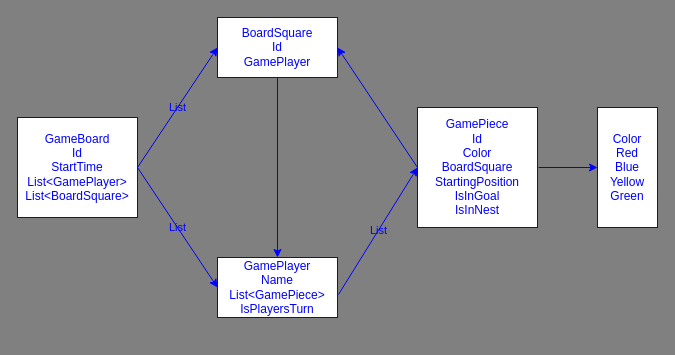
Earlier version of the draw.io diagram Docs/DatabaseStructure/DatabaseStructure.drawio (PGBSNH20/ludo-v2-g6). Source tidied: cells renumbered, new cells numbered last; positions are measured from the earlier drawing's top-left corner, leaving out a move shared by most shapes. Both pictures are drawn from the tidied source at 100%, with x=0, y=0 at pixel (17, 17).
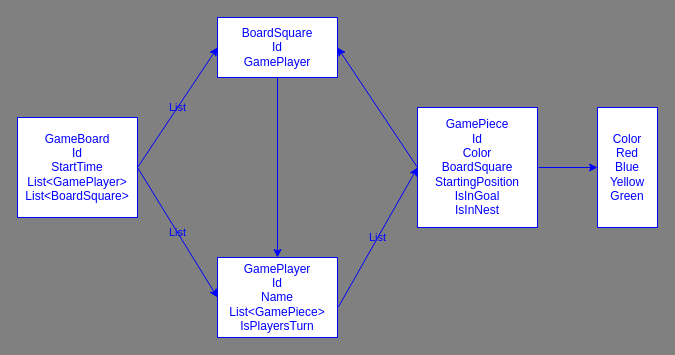
After the change.

Change to the diagram source:
```diff
@@
 <mxGraphModel background="#808080">
   <root>
     <mxCell id="0" />
     <mxCell id="1" parent="0" />
     <mxCell id="2" value="GameBoard&lt;br&gt;Id&lt;br&gt;StartTime&lt;br&gt;List&amp;lt;GamePlayer&amp;gt;&lt;br&gt;List&amp;lt;BoardSquare&amp;gt;" style="rounded=0;whiteSpace=wrap;html=1;direction=south;strokeColor=#0000FF;fontColor=#0000FF;labelBackgroundColor=none;fillColor=#FFFFFF;" parent="1" vertex="1">
       <mxGeometry y="100" width="120" height="100" as="geometry" />
     </mxCell>
     <mxCell id="3" value="BoardSquare&lt;br&gt;Id&lt;br&gt;GamePlayer" style="rounded=0;whiteSpace=wrap;html=1;strokeColor=#0000FF;fontColor=#0000FF;labelBackgroundColor=none;fillColor=#FFFFFF;" parent="1" vertex="1">
       <mxGeometry x="200" width="120" height="60" as="geometry" />
     </mxCell>
-    <mxCell id="4" value="GamePlayer&lt;br&gt;Name&lt;br&gt;List&amp;lt;GamePiece&amp;gt;&lt;br&gt;IsPlayersTurn" style="rounded=0;whiteSpace=wrap;html=1;strokeColor=#0000FF;fontColor=#0000FF;labelBackgroundColor=none;fillColor=#FFFFFF;" parent="1" vertex="1">
-      <mxGeometry x="200" y="240" width="120" height="60" as="geometry" />
+    <mxCell id="4" value="GamePlayer&lt;br&gt;Id&lt;br&gt;Name&lt;br&gt;List&amp;lt;GamePiece&amp;gt;&lt;br&gt;IsPlayersTurn" style="rounded=0;whiteSpace=wrap;html=1;strokeColor=#0000FF;fontColor=#0000FF;labelBackgroundColor=none;fillColor=#FFFFFF;" parent="1" vertex="1">
+      <mxGeometry x="200" y="240" width="120" height="80" as="geometry" />
     </mxCell>
     <mxCell id="5" value="GamePiece&lt;br&gt;Id&lt;br&gt;Color&lt;br&gt;BoardSquare&lt;br&gt;StartingPosition&lt;br&gt;IsInGoal&lt;br&gt;IsInNest" style="rounded=0;whiteSpace=wrap;html=1;strokeColor=#0000FF;fontColor=#0000FF;labelBackgroundColor=none;fillColor=#FFFFFF;" parent="1" vertex="1">
       <mxGeometry x="400" y="90" width="120" height="120" as="geometry" />
     </mxCell>
     <mxCell id="6" value="Color&lt;br&gt;Red&lt;br&gt;Blue&lt;br&gt;Yellow&lt;br&gt;Green" style="rounded=0;whiteSpace=wrap;html=1;direction=south;strokeColor=#0000FF;fontColor=#0000FF;labelBackgroundColor=none;fillColor=#FFFFFF;" parent="1" vertex="1">
       <mxGeometry x="580" y="90" width="60" height="120" as="geometry" />
     </mxCell>
     <mxCell id="7" value="List" style="endArrow=classic;html=1;entryX=0;entryY=0.5;entryDx=0;entryDy=0;exitX=0.5;exitY=0;exitDx=0;exitDy=0;strokeColor=#0000FF;fontColor=#0000FF;labelBackgroundColor=none;" parent="1" edge="1" source="2" target="3">
       <mxGeometry relative="1" as="geometry" />
     </mxCell>
     <mxCell id="8" value="List" style="endArrow=classic;html=1;entryX=0;entryY=0.5;entryDx=0;entryDy=0;exitX=0.5;exitY=0;exitDx=0;exitDy=0;strokeColor=#0000FF;fontColor=#0000FF;labelBackgroundColor=none;" parent="1" edge="1" source="2" target="4">
       <mxGeometry relative="1" as="geometry" />
     </mxCell>
     <mxCell id="9" value="List" style="endArrow=classic;html=1;exitX=1.008;exitY=0.617;exitDx=0;exitDy=0;exitPerimeter=0;entryX=0;entryY=0.5;entryDx=0;entryDy=0;strokeColor=#0000FF;fontColor=#0000FF;labelBackgroundColor=none;" parent="1" edge="1" source="4" target="5">
       <mxGeometry relative="1" as="geometry" />
     </mxCell>
     <mxCell id="10" style="endArrow=classic;html=1;entryX=1;entryY=0.5;entryDx=0;entryDy=0;strokeColor=#0000FF;exitX=0;exitY=0.5;exitDx=0;exitDy=0;" parent="1" edge="1" source="5" target="3">
       <mxGeometry relative="1" as="geometry" />
     </mxCell>
     <mxCell id="11" style="endArrow=classic;html=1;entryX=0.5;entryY=1;entryDx=0;entryDy=0;strokeColor=#0000FF;" parent="1" edge="1" target="6">
       <mxGeometry relative="1" as="geometry">
         <mxPoint x="521" y="150" as="sourcePoint" />
       </mxGeometry>
     </mxCell>
     <mxCell id="12" style="endArrow=classic;html=1;exitX=0.5;exitY=1;exitDx=0;exitDy=0;entryX=0.5;entryY=0;entryDx=0;entryDy=0;strokeColor=#0000FF;" parent="1" edge="1" source="3" target="4">
       <mxGeometry relative="1" as="geometry" />
     </mxCell>
   </root>
 </mxGraphModel>
```
